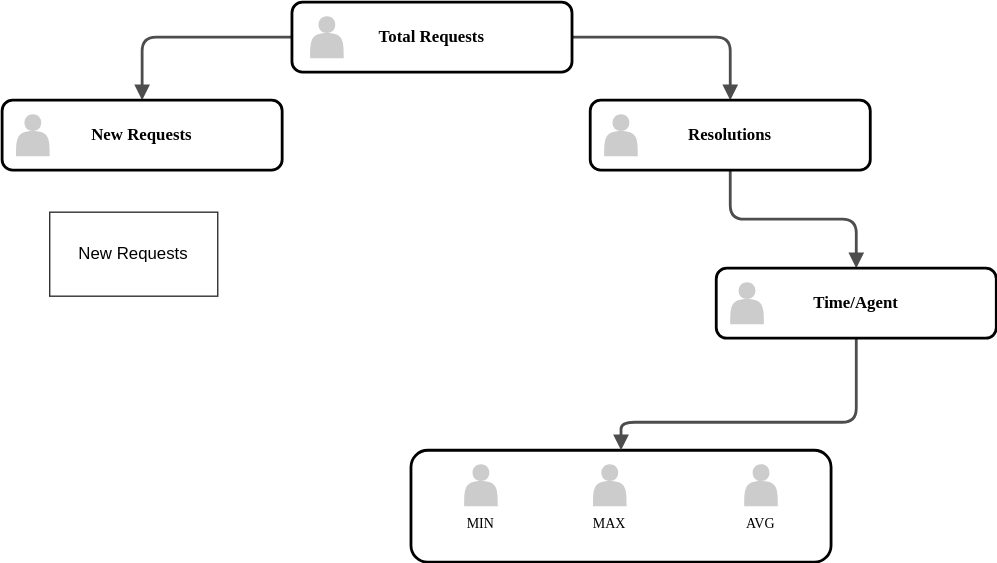
Earlier version of the draw.io export newtest.svg (psosnowski/svg-test). Source tidied: cells renumbered, new cells last; positions are measured from the earlier drawing's top-left corner, leaving out a move shared by most shapes.
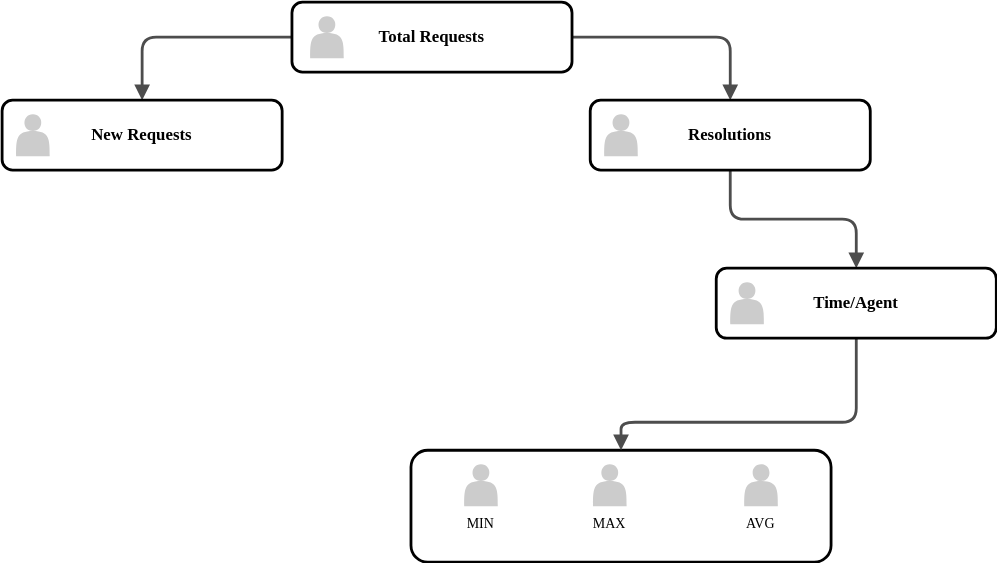
After the change.

The edit, as a diff of the source:
```diff
@@ -55,8 +55,5 @@
     <mxCell id="17" style="shape=actor;whiteSpace=wrap;html=1;rounded=0;shadow=0;comic=0;strokeWidth=1;fillColor=#CCCCCC;fontFamily=Verdana;align=center;strokeColor=none;fontSize=12;fontStyle=1;" parent="1" vertex="1">
       <mxGeometry x="520" y="200" width="24" height="30" as="geometry" />
     </mxCell>
-    <mxCell id="18" value="New Requests" style="rounded=0;whiteSpace=wrap;html=1;strokeColor=#333333;fontColor=#000000;labelBackgroundColor=none;fillColor=none;noLabel=0;imageWidth=24;" parent="1" vertex="1">
-      <mxGeometry x="34" y="150" width="120" height="60" as="geometry" />
-    </mxCell>
   </root>
 </mxGraphModel>
```
